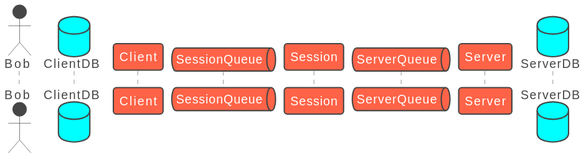
mchlebosz/IPC-Chat-Service keeps this PlantUML diagram as out/deleteGroup.svg. Above is the earlier version.
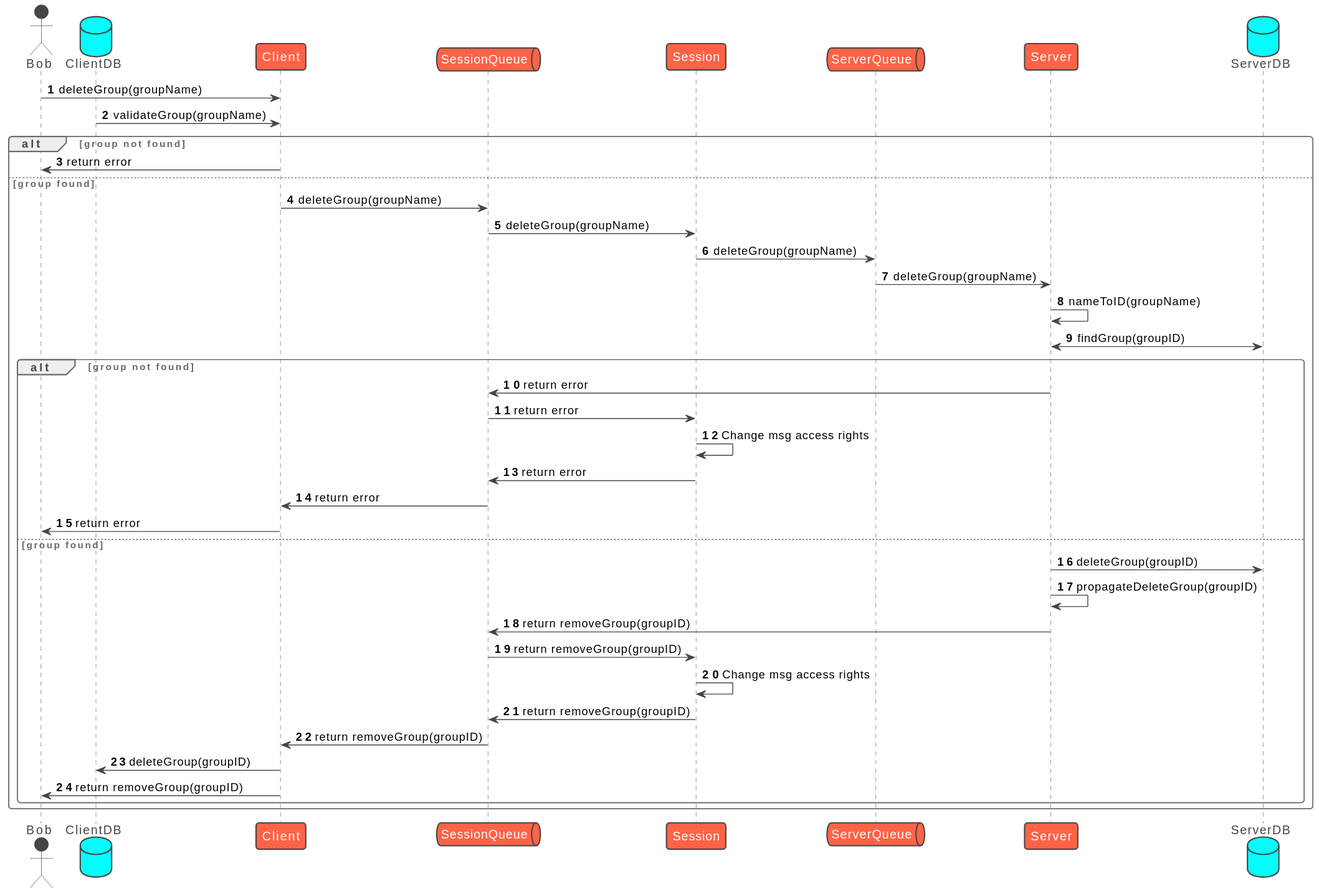
Later version of the same file.

Diff of the diagram source:
```diff
@@ -11,4 +11,36 @@
 queue ServerQueue
 participant Server
 database ServerDB
+
+
+User -> Client : deleteGroup(groupName)
+Client <- ClientDB : validateGroup(groupName)
+alt group not found
+    Client -> User : return error
+else group found
+    Client -> SessionQueue : deleteGroup(groupName)
+    Session <- SessionQueue : deleteGroup(groupName)
+    Session -> ServerQueue : deleteGroup(groupName)
+    Server <- ServerQueue : deleteGroup(groupName)
+    Server -> Server: nameToID(groupName)
+    Server <-> ServerDB : findGroup(groupID)
+    alt group not found
+        Server -> SessionQueue : return error
+        SessionQueue -> Session : return error
+        Session -> Session: Change msg access rights
+        Session -> SessionQueue : return error
+        SessionQueue -> Client : return error
+        Client -> User : return error
+    else group found
+        Server -> ServerDB : deleteGroup(groupID)
+        Server -> Server : propagateDeleteGroup(groupID)
+        Server -> SessionQueue : return removeGroup(groupID)
+        SessionQueue -> Session : return removeGroup(groupID)
+        Session -> Session: Change msg access rights
+        Session -> SessionQueue :  return removeGroup(groupID)
+        SessionQueue -> Client :  return removeGroup(groupID)
+        Client -> ClientDB : deleteGroup(groupID)
+        Client -> User : return removeGroup(groupID)
+    end
+end
 @enduml
```
